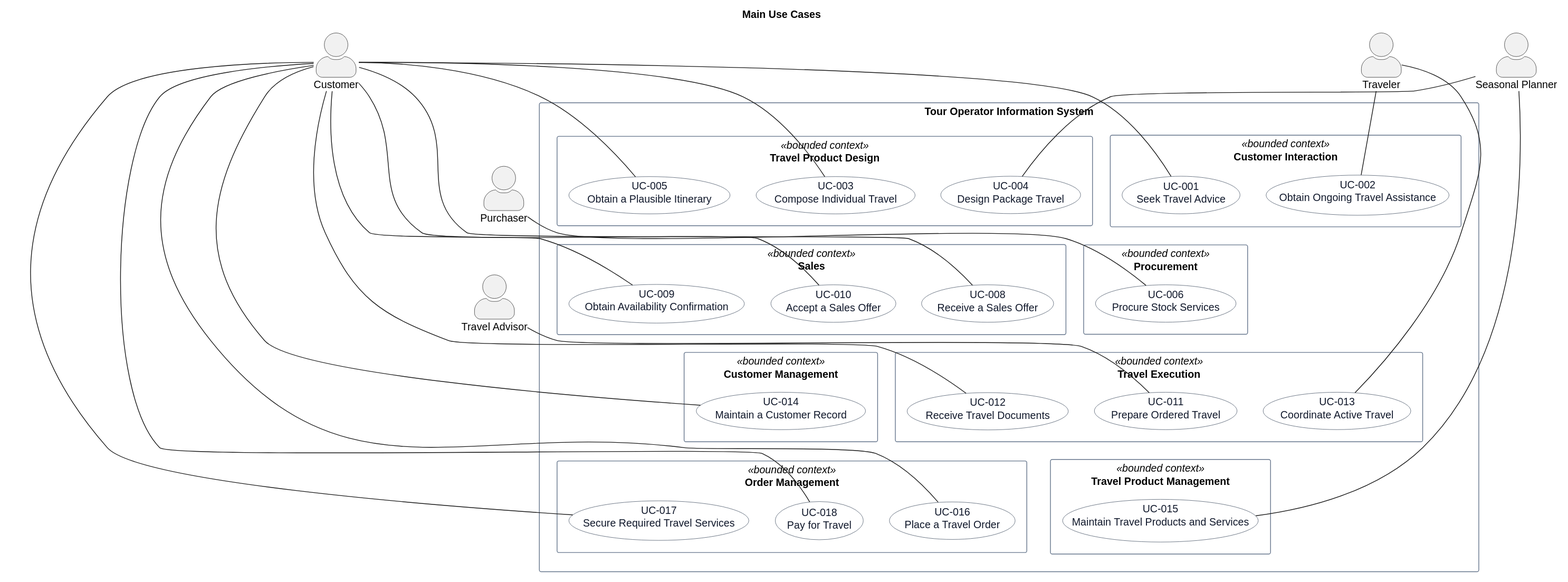
Above: docs/requirements/use-cases/overview.svg in hochschule-darmstadt/a3se_app (PlantUML), before the change.
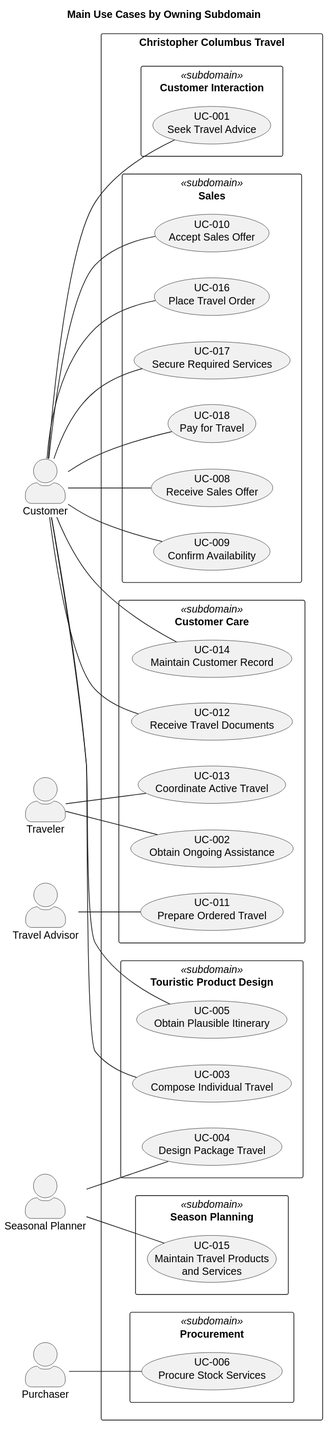
Later version of the same file.

What changed in the source:
```diff
@@ -1,97 +1,63 @@
 @startuml
-title Main Use Cases
+title Main Use Cases by Owning Subdomain
 
-top to bottom direction
+left to right direction
 skinparam shadowing false
 skinparam packageStyle rectangle
 skinparam actorStyle awesome
-skinparam usecase {
-  BackgroundColor White
-  BorderColor #334155
-  FontColor #0F172A
-}
-skinparam package {
-  BackgroundColor White
-  BorderColor #64748B
-  FontColor #0F172A
-}
 
-actor "Customer" as Customer
-actor "Traveler" as Traveler
-actor "Travel Advisor" as TravelAdvisor
-actor "Seasonal Planner" as SeasonalPlanner
-actor "Purchaser" as Purchaser
+actor Customer
+actor Traveler
+actor "Travel Advisor" as Advisor
+actor "Seasonal Planner" as Planner
+actor Purchaser
 
-rectangle "Tour Operator Information System" {
-  package "Customer Interaction" <<bounded context>> {
+rectangle "Christopher Columbus Travel" {
+  package "Customer Interaction" <<subdomain>> {
     usecase "UC-001\nSeek Travel Advice" as UC001
-    usecase "UC-002\nObtain Ongoing Travel Assistance" as UC002
   }
-
-  package "Travel Product Design" <<bounded context>> {
+  package "Season Planning" <<subdomain>> {
+    usecase "UC-015\nMaintain Travel Products\nand Services" as UC015
+  }
+  package "Procurement" <<subdomain>> {
+    usecase "UC-006\nProcure Stock Services" as UC006
+  }
+  package "Touristic Product Design" <<subdomain>> {
     usecase "UC-003\nCompose Individual Travel" as UC003
     usecase "UC-004\nDesign Package Travel" as UC004
-    usecase "UC-005\nObtain a Plausible Itinerary" as UC005
+    usecase "UC-005\nObtain Plausible Itinerary" as UC005
   }
-
-  package "Procurement" <<bounded context>> {
-    usecase "UC-006\nProcure Stock Services" as UC006
+  package "Sales" <<subdomain>> {
+    usecase "UC-008\nReceive Sales Offer" as UC008
+    usecase "UC-009\nConfirm Availability" as UC009
+    usecase "UC-010\nAccept Sales Offer" as UC010
+    usecase "UC-016\nPlace Travel Order" as UC016
+    usecase "UC-017\nSecure Required Services" as UC017
+    usecase "UC-018\nPay for Travel" as UC018
   }
-
-  package "Sales" <<bounded context>> {
-    usecase "UC-008\nReceive a Sales Offer" as UC008
-    usecase "UC-009\nObtain Availability Confirmation" as UC009
-    usecase "UC-010\nAccept a Sales Offer" as UC010
-  }
-
-  package "Travel Execution" <<bounded context>> {
+  package "Customer Care" <<subdomain>> {
+    usecase "UC-002\nObtain Ongoing Assistance" as UC002
     usecase "UC-011\nPrepare Ordered Travel" as UC011
     usecase "UC-012\nReceive Travel Documents" as UC012
     usecase "UC-013\nCoordinate Active Travel" as UC013
-  }
-
-  package "Customer Management" <<bounded context>> {
-    usecase "UC-014\nMaintain a Customer Record" as UC014
-  }
-
-  package "Travel Product Management" <<bounded context>> {
-    usecase "UC-015\nMaintain Travel Products and Services" as UC015
-  }
-
-  package "Order Management" <<bounded context>> {
-    usecase "UC-016\nPlace a Travel Order" as UC016
-    usecase "UC-017\nSecure Required Travel Services" as UC017
-    usecase "UC-018\nPay for Travel" as UC018
+    usecase "UC-014\nMaintain Customer Record" as UC014
   }
 }
-
-UC001 -[hidden]right- UC003
-UC006 -[hidden]right- UC008
-UC011 -[hidden]right- UC014
-UC014 -[hidden]right- UC015
-UC015 -[hidden]right- UC016
-
-UC001 -[hidden]down- UC006
-UC003 -[hidden]down- UC008
-UC006 -[hidden]down- UC011
-UC008 -[hidden]down- UC014
-UC011 -[hidden]down- UC015
-UC014 -[hidden]down- UC016
 
 Customer -- UC001
 Traveler -- UC002
 Customer -- UC003
-SeasonalPlanner -- UC004
+Planner -- UC004
 Customer -- UC005
 Purchaser -- UC006
 Customer -- UC008
 Customer -- UC009
 Customer -- UC010
-TravelAdvisor -- UC011
+Advisor -- UC011
 Customer -- UC012
 Traveler -- UC013
 Customer -- UC014
-SeasonalPlanner -- UC015
+Planner -- UC015
 Customer -- UC016
 Customer -- UC017
 Customer -- UC018
```
